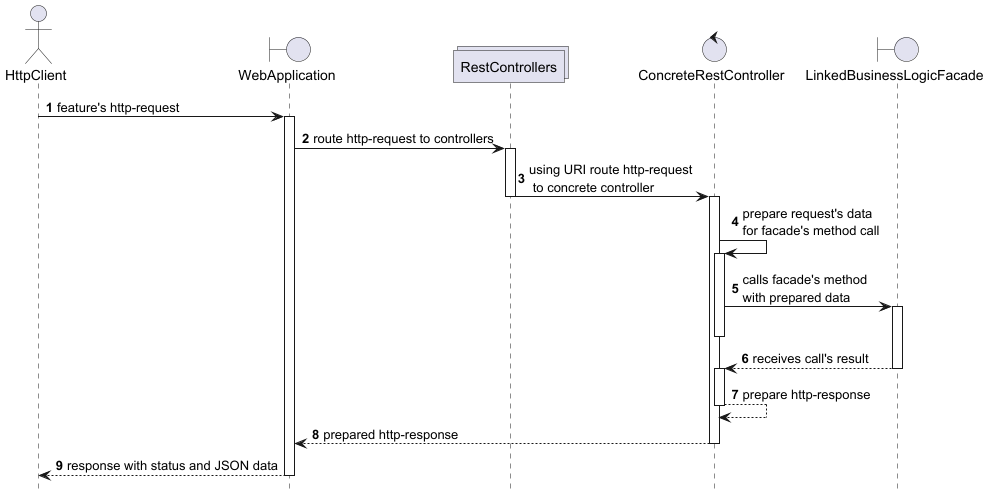
Earlier version of the PlantUML export endpoint/diagrams/Endpoints Layer Sequence Diagram.png (OlegSopilnyak/school-demo).
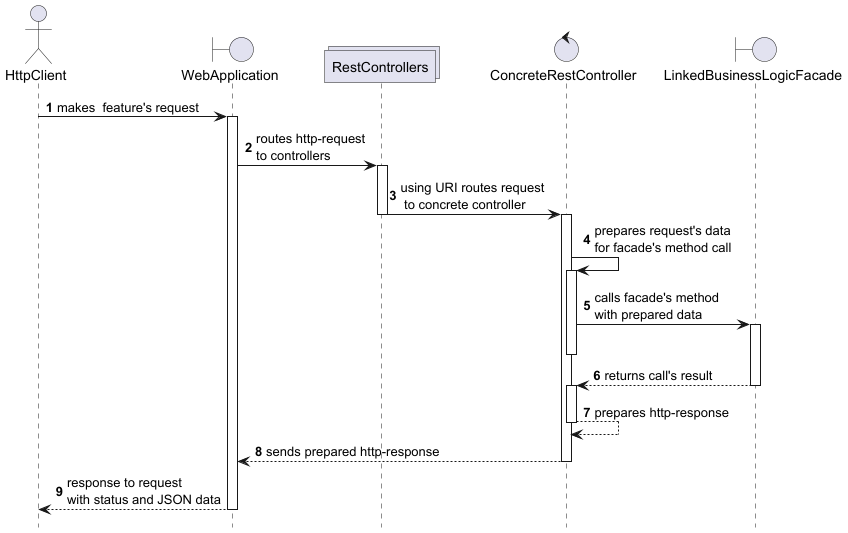
The same file after the commit.

Commit message:
Document endpoint little changes

Diff of the diagram source:
```diff
@@ -8,26 +8,26 @@
 control ConcreteRestController as controller
 boundary LinkedBusinessLogicFacade as facade
 
-client -> gate: feature's http-request
+client -> gate: makes  feature's request
 activate gate
-gate -> controllers: route http-request to controllers
+gate -> controllers: routes http-request\nto controllers
 activate controllers
-controllers->controller: using URI route http-request\n to concrete controller
+controllers->controller: using URI routes request\n to concrete controller
 deactivate controllers
 activate controller
-controller->controller: prepare request's data\nfor facade's method call
+controller->controller: prepares request's data\nfor facade's method call
 activate controller
 controller->facade: calls facade's method\nwith prepared data
 activate facade
 deactivate controller
-facade-->controller: receives call's result
+facade-->controller: returns call's result
 deactivate facade
 activate controller
-controller--> controller: prepare http-response
+controller--> controller: prepares http-response
 deactivate controller
-controller-->gate : prepared http-response
+controller-->gate : sends prepared http-response
 deactivate controller
-gate --> client: response with status and JSON data
+gate --> client: response to request\nwith status and JSON data
 deactivate gate
 
 @enduml
```
